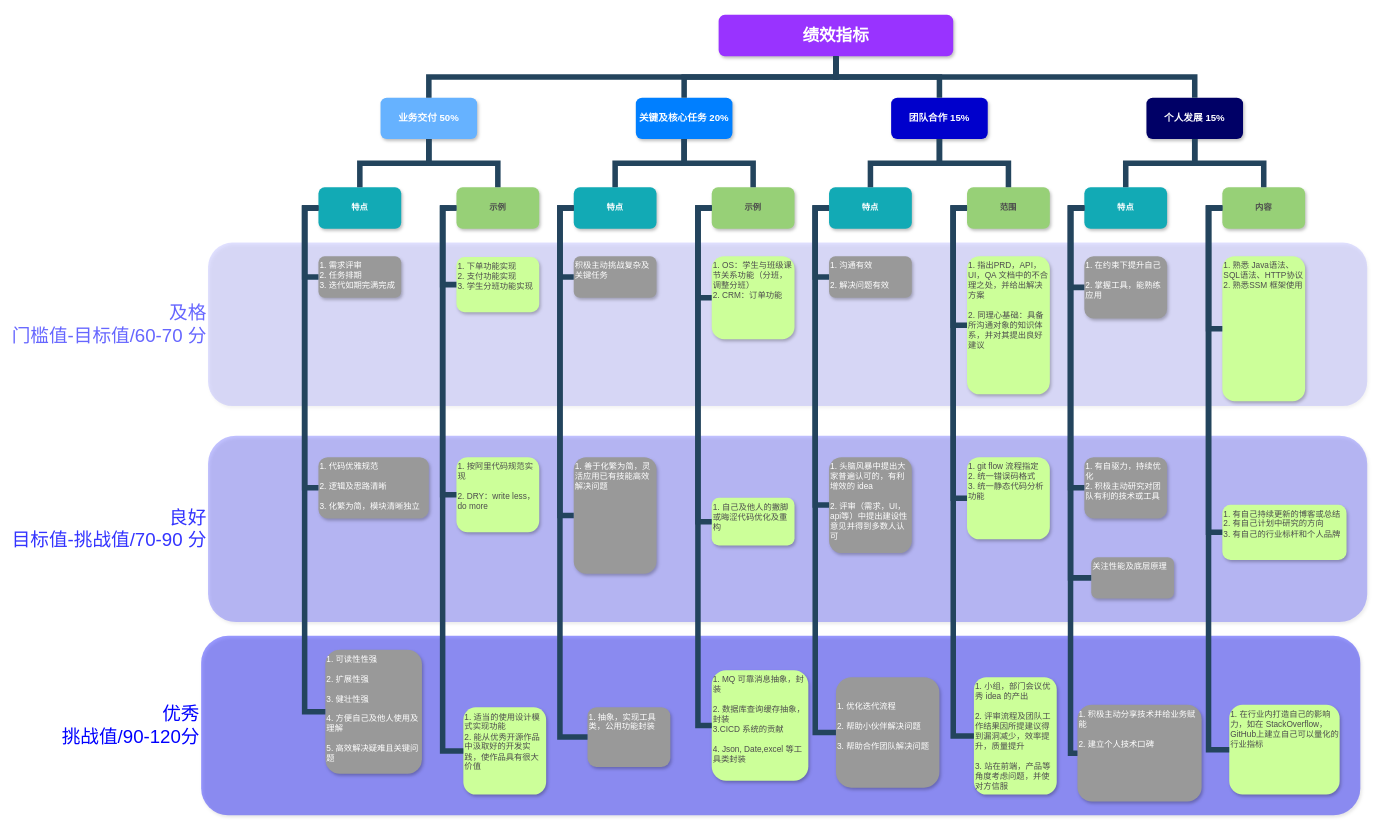
This is only/效率与质量维度 后端.drawio from yanlee26/drawings, a draw.io file, before an edit. Source tidied: cells renumbered, new cells numbered last; positions are measured from the earlier drawing's top-left corner, leaving out a move shared by most shapes. Both pictures are drawn from the tidied source at 69%, with x=0, y=0 at pixel (201, 14).
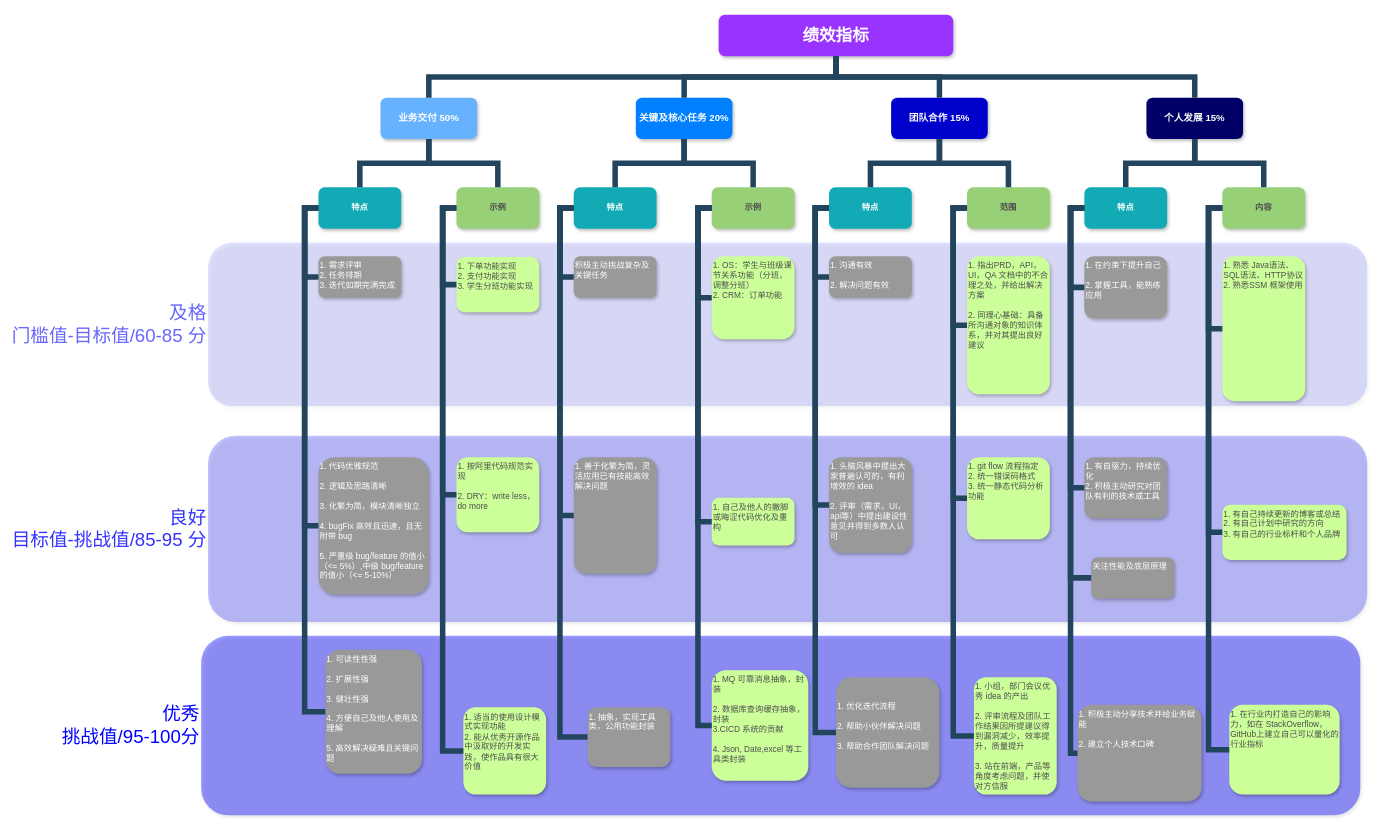
Above is the later version.

Commit message:
Update 效率与质量维度 后端.drawio

Change to the diagram source:
```diff
@@
-    <mxCell id="2" value="优秀&#10;挑战值/90-120分" style="rounded=1;strokeColor=none;shadow=1;fontStyle=0;opacity=40;labelPosition=left;verticalLabelPosition=middle;align=right;verticalAlign=middle;fontSize=27;fillColor=#0000FF;fontColor=#0000FF;whiteSpace=wrap;spacingTop=0;" parent="1" vertex="1">
+    <mxCell id="2" value="优秀&#10;挑战值/95-100分" style="rounded=1;strokeColor=none;shadow=1;fontStyle=0;opacity=40;labelPosition=left;verticalLabelPosition=middle;align=right;verticalAlign=middle;fontSize=27;fillColor=#0000FF;fontColor=#0000FF;whiteSpace=wrap;spacingTop=0;" parent="1" vertex="1">
       <mxGeometry y="900" width="1680" height="260" as="geometry" />
     </mxCell>
-    <mxCell id="3" value="良好&#10;目标值-挑战值/70-90 分" style="whiteSpace=wrap;rounded=1;strokeColor=none;shadow=1;fontStyle=0;opacity=30;labelPosition=left;verticalLabelPosition=middle;align=right;verticalAlign=middle;fontSize=27;fillColor=#3333FF;fontColor=#3333FF;" parent="1" vertex="1">
+    <mxCell id="3" value="良好&#10;目标值-挑战值/85-95 分" style="whiteSpace=wrap;rounded=1;strokeColor=none;shadow=1;fontStyle=0;opacity=30;labelPosition=left;verticalLabelPosition=middle;align=right;verticalAlign=middle;fontSize=27;fillColor=#3333FF;fontColor=#3333FF;" parent="1" vertex="1">
       <mxGeometry x="10" y="610" width="1680" height="270" as="geometry" />
     </mxCell>
-    <mxCell id="4" value="及格&#10;门槛值-目标值/60-70 分" style="whiteSpace=wrap;rounded=1;strokeColor=none;shadow=1;fontStyle=0;opacity=20;labelPosition=left;verticalLabelPosition=middle;align=right;verticalAlign=middle;fontSize=27;fillColor=#6666FF;fontColor=#6666FF;" parent="1" vertex="1">
+    <mxCell id="4" value="及格&#10;门槛值-目标值/60-85 分" style="whiteSpace=wrap;rounded=1;strokeColor=none;shadow=1;fontStyle=0;opacity=20;labelPosition=left;verticalLabelPosition=middle;align=right;verticalAlign=middle;fontSize=27;fillColor=#6666FF;fontColor=#6666FF;" parent="1" vertex="1">
       <mxGeometry x="10" y="330" width="1680" height="237" as="geometry" />
     </mxCell>
@@
-    <mxCell id="13" value="1. 代码优雅规范&#10;&#10;2. 逻辑及思路清晰&#10;&#10;3. 化繁为简，模块清晰独立" style="whiteSpace=wrap;rounded=1;fillColor=#999999;strokeColor=none;shadow=1;fontColor=#FFFFFF;fontStyle=0;verticalAlign=top;align=left;" parent="1" vertex="1">
-      <mxGeometry x="170" y="641" width="160" height="89" as="geometry" />
+    <mxCell id="13" value="1. 代码优雅规范&#10;&#10;2. 逻辑及思路清晰&#10;&#10;3. 化繁为简，模块清晰独立&#10;&#10;4. bugFix 高效且迅速，且无附带 bug &#10;&#10;5. 严重级 bug/feature 的值小（&lt;= 5%）,中级 bug/feature 的值小（&lt;= 5-10%）" style="whiteSpace=wrap;rounded=1;fillColor=#999999;strokeColor=none;shadow=1;fontColor=#FFFFFF;fontStyle=0;verticalAlign=top;align=left;" parent="1" vertex="1">
+      <mxGeometry x="170" y="641" width="160" height="199" as="geometry" />
     </mxCell>
```
